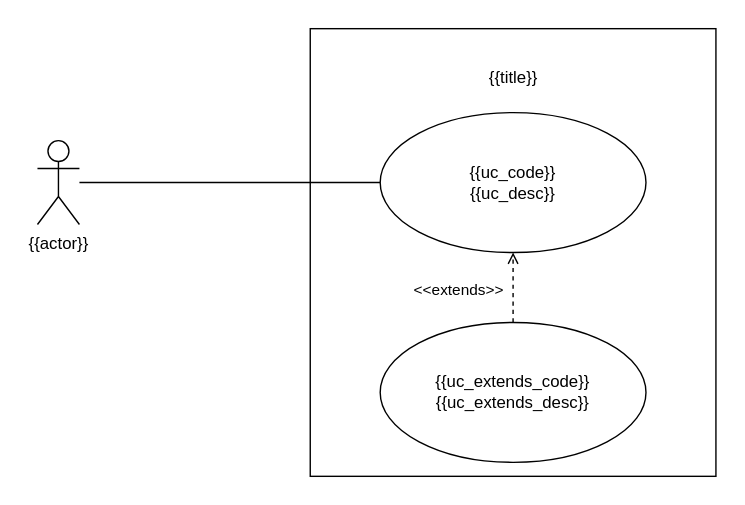
Before: images/analisi_dei_requisiti/use_cases/templates/extends.svg, a diagram exported from draw.io (7Last/docs). Source tidied: cells renumbered, new cells last; positions are measured from the earlier drawing's top-left corner, leaving out a move shared by most shapes.
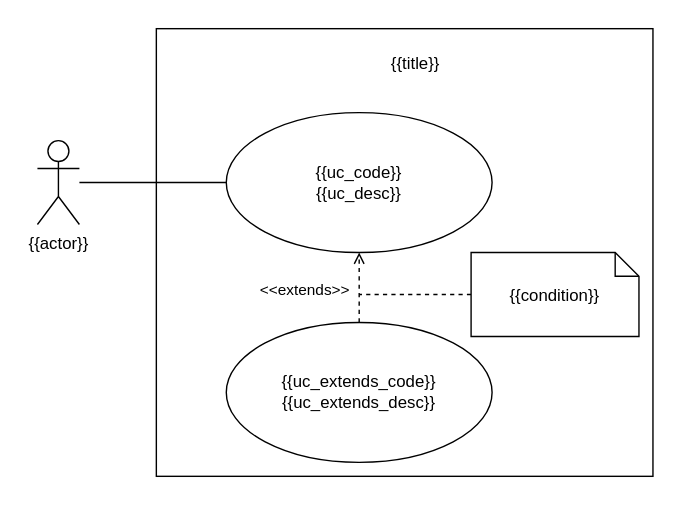
Later version of the same file.

What changed in the source:
```diff
@@ -6,13 +6,13 @@
       <mxGeometry relative="1" as="geometry" />
     </mxCell>
     <mxCell id="3" value="{{actor}}" style="shape=umlActor;verticalLabelPosition=bottom;verticalAlign=top;html=1;outlineConnect=0;" parent="1" vertex="1">
-      <mxGeometry y="80" width="30" height="60" as="geometry" />
+      <mxGeometry x="110" y="80" width="30" height="60" as="geometry" />
     </mxCell>
     <mxCell id="4" style="rounded=0;whiteSpace=wrap;html=1;fillColor=none;" parent="1" vertex="1">
-      <mxGeometry x="195" width="290" height="320" as="geometry" />
+      <mxGeometry x="195" width="355" height="320" as="geometry" />
     </mxCell>
     <mxCell id="5" value="{{title}}" style="text;html=1;align=center;verticalAlign=middle;strokeColor=none;fillColor=none;" parent="1" vertex="1">
-      <mxGeometry x="310" y="20" width="60" height="30" as="geometry" />
+      <mxGeometry x="350" y="10" width="60" height="30" as="geometry" />
     </mxCell>
     <mxCell id="6" value="{{uc_code}}&lt;br&gt;{{uc_desc}}" style="ellipse;whiteSpace=wrap;html=1;fillColor=none;" parent="1" vertex="1">
       <mxGeometry x="245" y="60" width="190" height="100" as="geometry" />
@@ -28,5 +28,16 @@
     <mxCell id="9" value="{{uc_extends_code}}&lt;br&gt;{{uc_extends_desc}}" style="ellipse;whiteSpace=wrap;html=1;fillColor=none;" parent="1" vertex="1">
       <mxGeometry x="245" y="210" width="190" height="100" as="geometry" />
     </mxCell>
+    <mxCell id="10" style="edgeStyle=orthogonalEdgeStyle;rounded=0;jettySize=auto;html=1;endArrow=none;endFill=0;dashed=1;" parent="1" edge="1" source="11">
+      <mxGeometry relative="1" as="geometry">
+        <mxPoint x="340" y="190" as="targetPoint" />
+      </mxGeometry>
+    </mxCell>
+    <mxCell id="11" value="&lt;div&gt;{{condition}}&lt;/div&gt;" style="shape=note2;boundedLbl=1;whiteSpace=wrap;html=1;size=17;verticalAlign=top;align=center;" parent="1" vertex="1">
+      <mxGeometry x="420" y="160" width="120" height="60" as="geometry" />
+    </mxCell>
+    <mxCell id="12" style="edgeStyle=orthogonalEdgeStyle;rounded=0;orthogonalLoop=1;jettySize=auto;html=1;exitX=0.5;exitY=1;exitDx=0;exitDy=0;exitPerimeter=0;" parent="1" edge="1" source="11" target="11">
+      <mxGeometry relative="1" as="geometry" />
+    </mxCell>
   </root>
 </mxGraphModel>
```
